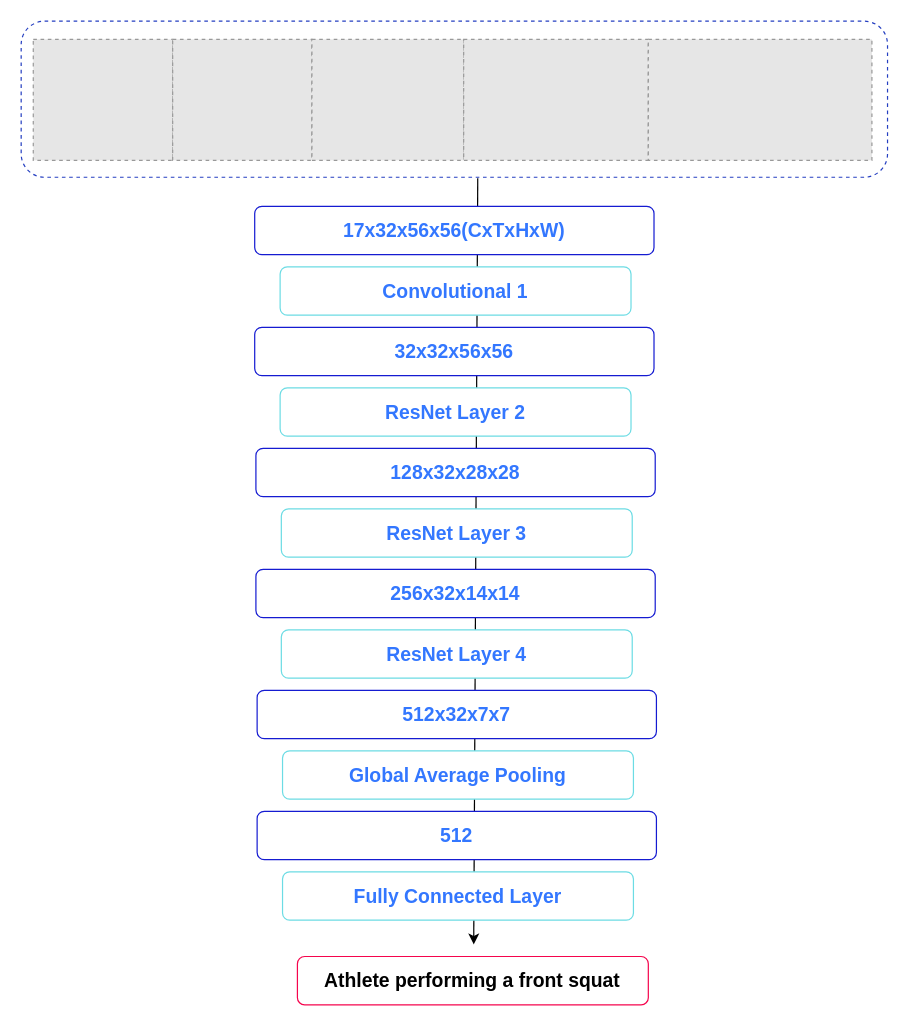
This is Untitled Diagram.drawio from muxiddin19/3DFace, a draw.io file, before an edit. Source tidied: cells renumbered, new cells numbered last; positions are measured from the earlier drawing's top-left corner, leaving out a move shared by most shapes. Both pictures are drawn from the tidied source at 121%, with x=0, y=0 at pixel (21, 21). Pictures stored in the file or linked from it are replaced by grey dashed boxes.
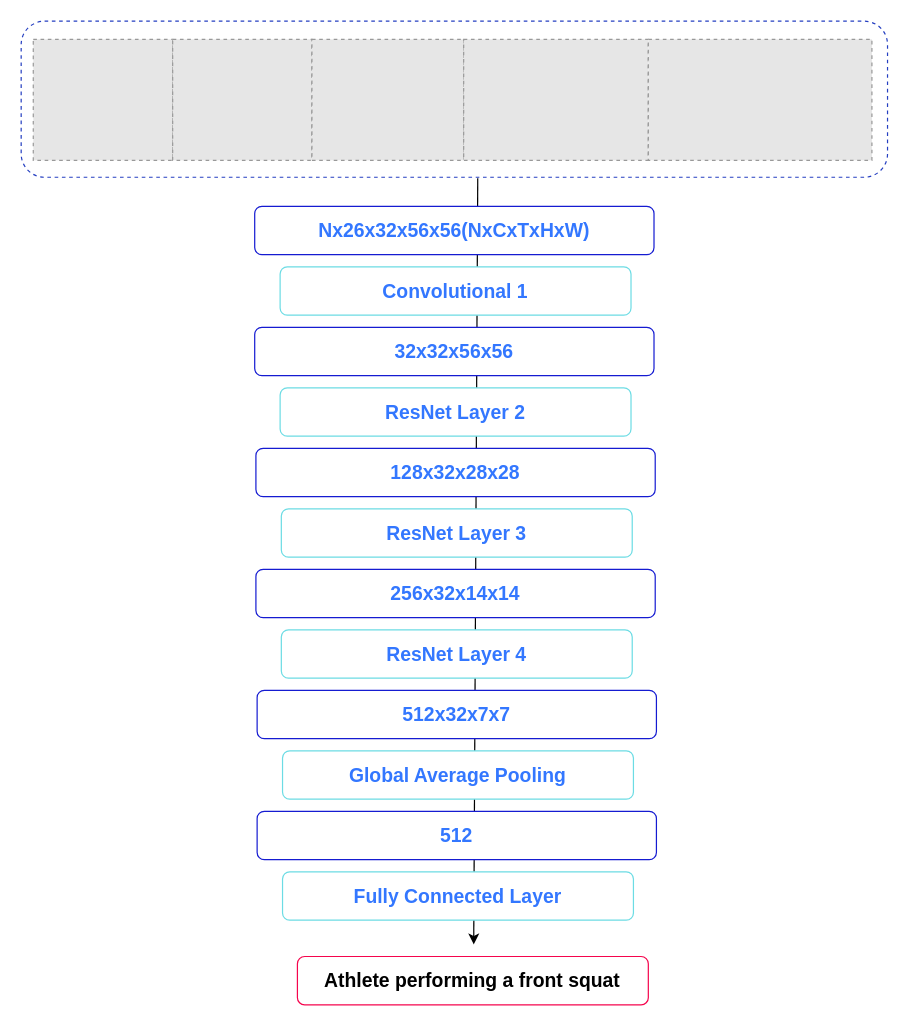
The same page after the edit.

Diff of the diagram source:
```diff
@@
-    <mxCell id="10" value="&lt;b style=&quot;font-size: 16px;&quot;&gt;&lt;font color=&quot;#3377ff&quot; style=&quot;font-size: 16px;&quot;&gt;17x32x56x56(CxTxHxW)&lt;/font&gt;&lt;/b&gt;" style="rounded=1;whiteSpace=wrap;html=1;strokeColor=#151bd1;fontSize=16;" parent="1" vertex="1">
+    <mxCell id="10" value="&lt;b style=&quot;font-size: 16px;&quot;&gt;&lt;font color=&quot;#3377ff&quot; style=&quot;font-size: 16px;&quot;&gt;Nx26x32x56x56(NxCxTxHxW)&lt;/font&gt;&lt;/b&gt;" style="rounded=1;whiteSpace=wrap;html=1;strokeColor=#151bd1;fontSize=16;" parent="1" vertex="1">
       <mxGeometry x="193" y="153" width="330" height="40" as="geometry" />
     </mxCell>
```
